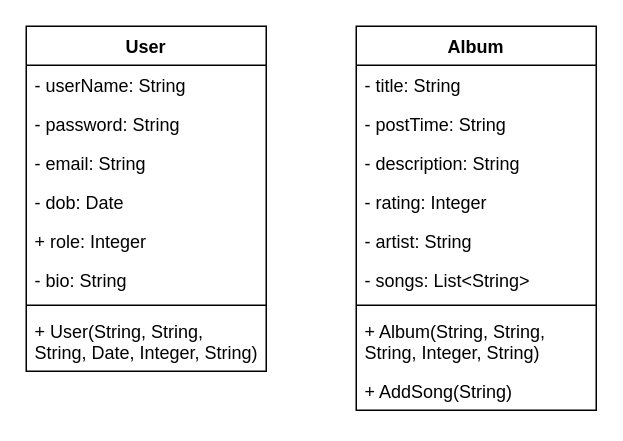
MTeixeiraGCU/cst323-albumlibrary keeps this draw.io diagram as Documents/UML.drawio. Above is the earlier version. Source tidied: cells renumbered, new cells numbered last; positions are measured from the earlier drawing's top-left corner, leaving out a move shared by most shapes. Both pictures are drawn from the tidied source at 150%, with x=0, y=0 at pixel (26, 26).
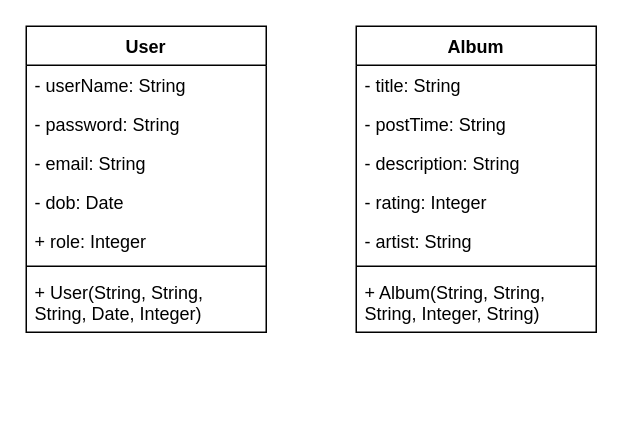
After the change.

Commit message (it also covers changes not shown here):
Added some mock data for albums and fixed the UML Diagram.

Change to the diagram source:
```diff
@@
     <mxCell id="2" value="User" style="swimlane;fontStyle=1;align=center;verticalAlign=top;horizontal=1;startSize=26;" parent="1" vertex="1">
-      <mxGeometry width="160" height="230" as="geometry" />
+      <mxGeometry width="160" height="204" as="geometry" />
     </mxCell>
@@
-    <mxCell id="8" value="- bio: String" style="text;strokeColor=none;fillColor=none;align=left;verticalAlign=top;spacingLeft=4;spacingRight=4;overflow=hidden;" parent="2" vertex="1">
-      <mxGeometry y="156" width="160" height="26" as="geometry" />
-    </mxCell>
     <mxCell id="9" style="line;strokeWidth=1;fillColor=none;align=left;verticalAlign=middle;spacingTop=-1;spacingLeft=3;spacingRight=3;labelPosition=right;" parent="2" vertex="1">
-      <mxGeometry y="182" width="160" height="8" as="geometry" />
+      <mxGeometry y="156" width="160" height="8" as="geometry" />
     </mxCell>
-    <mxCell id="10" value="+ User(String, String, String, Date, Integer, String)&#10;" style="text;strokeColor=none;fillColor=none;align=left;verticalAlign=top;spacingLeft=4;spacingRight=4;overflow=hidden;whiteSpace=wrap;" parent="2" vertex="1">
-      <mxGeometry y="190" width="160" height="40" as="geometry" />
+    <mxCell id="10" value="+ User(String, String, String, Date, Integer)&#10;" style="text;strokeColor=none;fillColor=none;align=left;verticalAlign=top;spacingLeft=4;spacingRight=4;overflow=hidden;whiteSpace=wrap;" parent="2" vertex="1">
+      <mxGeometry y="164" width="160" height="40" as="geometry" />
     </mxCell>
     <mxCell id="11" value="Album" style="swimlane;fontStyle=1;align=center;verticalAlign=top;horizontal=1;startSize=26;" parent="1" vertex="1">
-      <mxGeometry x="220" width="160" height="256" as="geometry" />
+      <mxGeometry x="220" width="160" height="204" as="geometry" />
     </mxCell>
@@
-    <mxCell id="17" value="- songs: List&lt;String&gt;" style="text;strokeColor=none;fillColor=none;align=left;verticalAlign=top;spacingLeft=4;spacingRight=4;overflow=hidden;" parent="11" vertex="1">
-      <mxGeometry y="156" width="160" height="26" as="geometry" />
-    </mxCell>
     <mxCell id="18" style="line;strokeWidth=1;fillColor=none;align=left;verticalAlign=middle;spacingTop=-1;spacingLeft=3;spacingRight=3;labelPosition=right;" parent="11" vertex="1">
-      <mxGeometry y="182" width="160" height="8" as="geometry" />
+      <mxGeometry y="156" width="160" height="8" as="geometry" />
     </mxCell>
     <mxCell id="19" value="+ Album(String, String, String, Integer, String)" style="text;strokeColor=none;fillColor=none;align=left;verticalAlign=top;spacingLeft=4;spacingRight=4;overflow=hidden;whiteSpace=wrap;" parent="11" vertex="1">
-      <mxGeometry y="190" width="160" height="40" as="geometry" />
+      <mxGeometry y="164" width="160" height="40" as="geometry" />
     </mxCell>
-    <mxCell id="20" value="+ AddSong(String)" style="text;strokeColor=none;fillColor=none;align=left;verticalAlign=top;spacingLeft=4;spacingRight=4;overflow=hidden;" parent="11" vertex="1">
-      <mxGeometry y="230" width="160" height="26" as="geometry" />
-    </mxCell>
```
